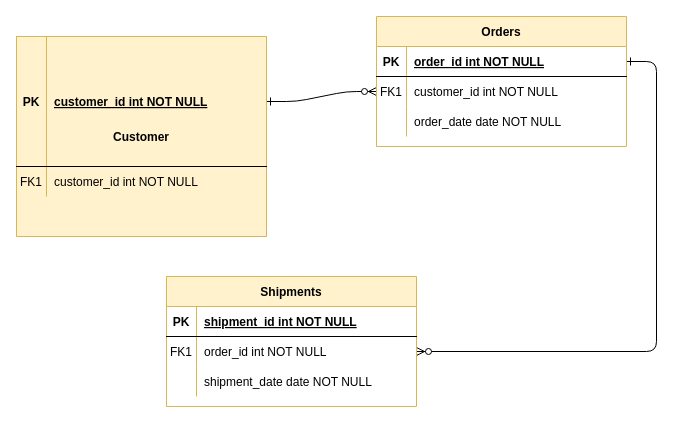
This is Test.drawio from KhanAnupamShafi/draw.io, a draw.io file, before an edit. Source tidied: cells renumbered, new cells numbered last; positions are measured from the earlier drawing's top-left corner, leaving out a move shared by most shapes. Both pictures are drawn from the tidied source at 100%, with x=0, y=0 at pixel (16, 16).
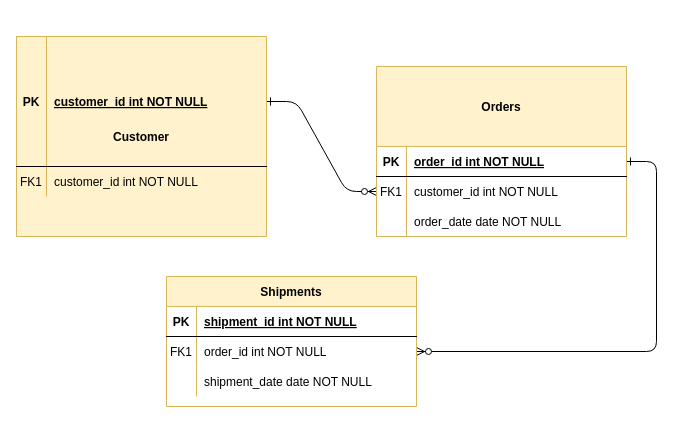
After the change.

What changed in the source:
```diff
@@
-    <mxCell id="4" value="Orders" style="shape=table;startSize=30;childLayout=tableLayout;rowLines=0;fontStyle=1;align=center;fillColor=#fff2cc;strokeColor=#d6b656;" parent="1" vertex="1">
-      <mxGeometry x="360" width="250" height="130" as="geometry" />
+    <mxCell id="4" value="Orders" style="shape=table;startSize=80;childLayout=tableLayout;rowLines=0;fontStyle=1;align=center;fillColor=#fff2cc;strokeColor=#d6b656;" parent="1" vertex="1">
+      <mxGeometry x="360" y="50" width="250" height="170" as="geometry" />
     </mxCell>
     <mxCell id="5" style="shape=partialRectangle;fillColor=none;points=[[0,0.5],[1,0.5]];portConstraint=eastwest;top=0;left=0;right=0;bottom=1;" parent="4" vertex="1">
-      <mxGeometry y="30" width="250" height="30" as="geometry" />
+      <mxGeometry y="80" width="250" height="30" as="geometry" />
     </mxCell>
@@
     <mxCell id="8" style="shape=partialRectangle;fillColor=none;points=[[0,0.5],[1,0.5]];portConstraint=eastwest;top=0;left=0;right=0;bottom=0;" parent="4" vertex="1">
-      <mxGeometry y="60" width="250" height="30" as="geometry" />
+      <mxGeometry y="110" width="250" height="30" as="geometry" />
     </mxCell>
@@
     <mxCell id="11" style="shape=partialRectangle;fillColor=none;top=0;left=0;right=0;bottom=0;" parent="4" vertex="1">
-      <mxGeometry y="90" width="250" height="30" as="geometry" />
+      <mxGeometry y="140" width="250" height="30" as="geometry" />
     </mxCell>
```
